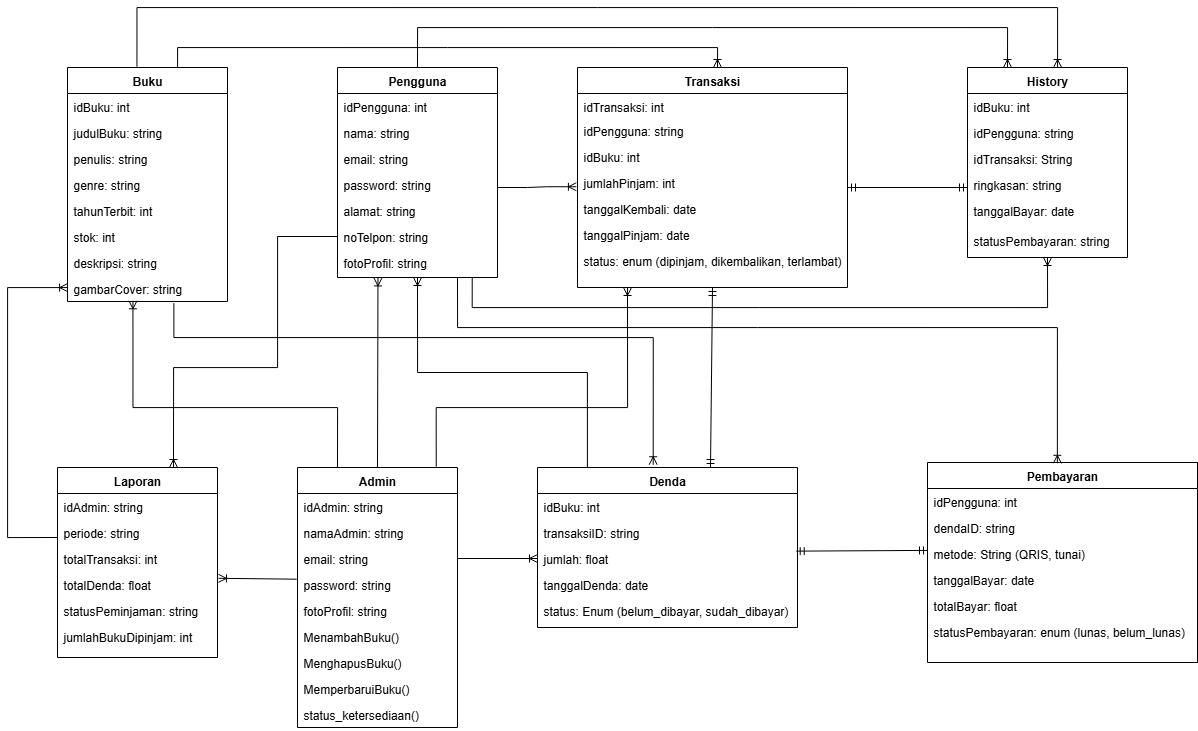
Before: assets/images/class_diagram.png, a diagram exported from draw.io (dekaaa115/Buku-in). Source tidied: cells renumbered, new cells last; positions are measured from the earlier drawing's top-left corner, leaving out a move shared by most shapes.
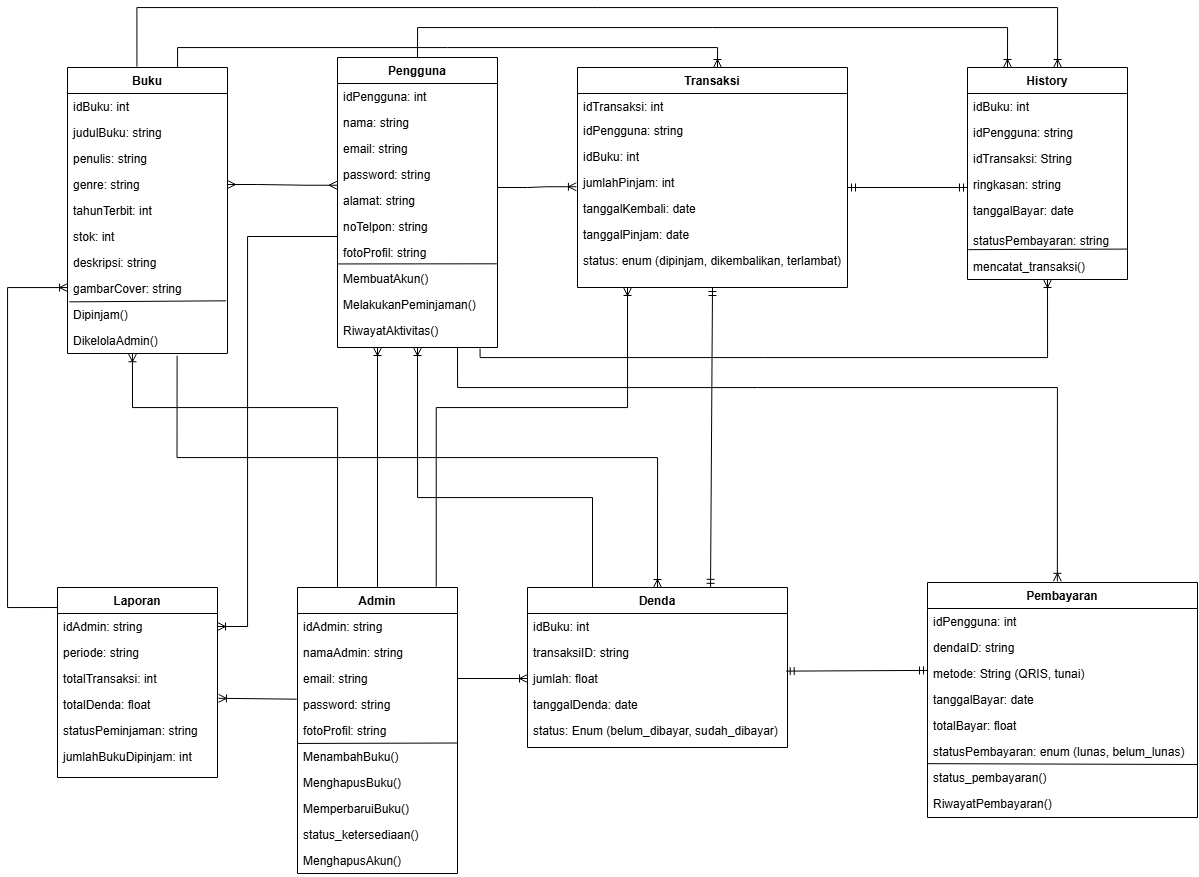
After the change.

The edit, as a diff of the source:
```diff
@@ -3,7 +3,7 @@
     <mxCell id="0" />
     <mxCell id="1" parent="0" />
     <mxCell id="2" value="Buku" style="swimlane;fontStyle=1;align=center;verticalAlign=top;horizontal=1;startSize=26;rounded=0;shadow=0;strokeWidth=1;" parent="1" vertex="1">
-      <mxGeometry x="60" y="60" width="160" height="234" as="geometry" />
+      <mxGeometry x="60" y="60" width="160" height="286" as="geometry" />
     </mxCell>
     <mxCell id="3" value="idBuku: int" style="text;align=left;verticalAlign=top;spacingLeft=4;spacingRight=4;overflow=hidden;" parent="2" vertex="1">
       <mxGeometry y="26" width="160" height="26" as="geometry" />
@@ -29,8 +29,17 @@
     <mxCell id="10" value="gambarCover: string" style="text;align=left;verticalAlign=top;spacingLeft=4;spacingRight=4;overflow=hidden;points=[[0,0.5],[1,0.5]];portConstraint=eastwest;rounded=0;shadow=0;html=0;" parent="2" vertex="1">
       <mxGeometry y="208" width="160" height="26" as="geometry" />
     </mxCell>
+    <mxCell id="82" value="Dipinjam()" style="text;align=left;verticalAlign=top;spacingLeft=4;spacingRight=4;overflow=hidden;rounded=0;shadow=0;html=0;" parent="2" vertex="1">
+      <mxGeometry y="234" width="160" height="26" as="geometry" />
+    </mxCell>
+    <mxCell id="83" value="DikelolaAdmin()" style="text;align=left;verticalAlign=top;spacingLeft=4;spacingRight=4;overflow=hidden;points=[[0,0.5],[1,0.5]];portConstraint=eastwest;rounded=0;shadow=0;html=0;" parent="2" vertex="1">
+      <mxGeometry y="260" width="160" height="26" as="geometry" />
+    </mxCell>
+    <mxCell id="84" style="endArrow=none;html=1;rounded=0;exitX=0.011;exitY=1.014;exitDx=0;exitDy=0;exitPerimeter=0;entryX=0.991;entryY=0.974;entryDx=0;entryDy=0;entryPerimeter=0;" parent="2" edge="1" source="10" target="10">
+      <mxGeometry relative="1" as="geometry" />
+    </mxCell>
     <mxCell id="11" value="Pengguna" style="swimlane;fontStyle=1;align=center;verticalAlign=top;horizontal=1;startSize=26;rounded=0;shadow=0;strokeWidth=1;" parent="1" vertex="1">
-      <mxGeometry x="330" y="60" width="160" height="210" as="geometry" />
+      <mxGeometry x="330" y="50" width="160" height="290" as="geometry" />
     </mxCell>
     <mxCell id="12" value="idPengguna: int" style="text;align=left;verticalAlign=top;spacingLeft=4;spacingRight=4;overflow=hidden;" parent="11" vertex="1">
       <mxGeometry y="26" width="160" height="26" as="geometry" />
@@ -53,8 +62,20 @@
     <mxCell id="18" value="fotoProfil: string" style="text;align=left;verticalAlign=top;spacingLeft=4;spacingRight=4;overflow=hidden;points=[[0,0.5],[1,0.5]];portConstraint=eastwest;rounded=0;shadow=0;html=0;" parent="11" vertex="1">
       <mxGeometry y="182" width="160" height="26" as="geometry" />
     </mxCell>
+    <mxCell id="85" value="MembuatAkun()" style="text;align=left;verticalAlign=top;spacingLeft=4;spacingRight=4;overflow=hidden;rounded=0;shadow=0;html=0;" parent="11" vertex="1">
+      <mxGeometry y="208" width="160" height="26" as="geometry" />
+    </mxCell>
+    <mxCell id="86" style="endArrow=none;html=1;rounded=0;entryX=0.996;entryY=0.935;entryDx=0;entryDy=0;entryPerimeter=0;exitX=0.004;exitY=0.94;exitDx=0;exitDy=0;exitPerimeter=0;" parent="11" edge="1" source="18" target="18">
+      <mxGeometry relative="1" as="geometry" />
+    </mxCell>
+    <mxCell id="87" value="MelakukanPeminjaman()" style="text;align=left;verticalAlign=top;spacingLeft=4;spacingRight=4;overflow=hidden;rounded=0;shadow=0;html=0;" parent="11" vertex="1">
+      <mxGeometry y="234" width="160" height="26" as="geometry" />
+    </mxCell>
+    <mxCell id="88" value="RiwayatAktivitas()" style="text;align=left;verticalAlign=top;spacingLeft=4;spacingRight=4;overflow=hidden;points=[[0,0.5],[1,0.5]];portConstraint=eastwest;rounded=0;shadow=0;html=0;" parent="11" vertex="1">
+      <mxGeometry y="260" width="160" height="26" as="geometry" />
+    </mxCell>
     <mxCell id="19" value="Admin" style="swimlane;fontStyle=1;align=center;verticalAlign=top;horizontal=1;startSize=26;rounded=0;shadow=0;strokeWidth=1;" parent="1" vertex="1">
-      <mxGeometry x="290" y="460" width="160" height="260" as="geometry" />
+      <mxGeometry x="290" y="580" width="160" height="286" as="geometry" />
     </mxCell>
     <mxCell id="20" value="idAdmin: string" style="text;align=left;verticalAlign=top;spacingLeft=4;spacingRight=4;overflow=hidden;" parent="19" vertex="1">
       <mxGeometry y="26" width="160" height="26" as="geometry" />
@@ -71,6 +92,12 @@
     <mxCell id="24" value="fotoProfil: string" style="text;align=left;verticalAlign=top;spacingLeft=4;spacingRight=4;overflow=hidden;" parent="19" vertex="1">
       <mxGeometry y="130" width="160" height="26" as="geometry" />
     </mxCell>
+    <mxCell id="89" style="endArrow=none;html=1;rounded=0;exitX=0;exitY=0.154;exitDx=0;exitDy=0;exitPerimeter=0;entryX=0.993;entryY=0.137;entryDx=0;entryDy=0;entryPerimeter=0;" parent="19" edge="1">
+      <mxGeometry relative="1" as="geometry">
+        <mxPoint x="0.6" y="156" as="sourcePoint" />
+        <mxPoint x="159.4" y="155.5" as="targetPoint" />
+      </mxGeometry>
+    </mxCell>
     <mxCell id="25" value="MenambahBuku()" style="text;align=left;verticalAlign=top;spacingLeft=4;spacingRight=4;overflow=hidden;" parent="19" vertex="1">
       <mxGeometry y="156" width="160" height="26" as="geometry" />
     </mxCell>
@@ -83,6 +110,9 @@
     <mxCell id="28" value="status_ketersediaan()" style="text;align=left;verticalAlign=top;spacingLeft=4;spacingRight=4;overflow=hidden;" parent="19" vertex="1">
       <mxGeometry y="234" width="160" height="26" as="geometry" />
     </mxCell>
+    <mxCell id="90" value="MenghapusAkun()" style="text;align=left;verticalAlign=top;spacingLeft=4;spacingRight=4;overflow=hidden;" parent="19" vertex="1">
+      <mxGeometry y="260" width="160" height="26" as="geometry" />
+    </mxCell>
     <mxCell id="29" value="Transaksi" style="swimlane;fontStyle=1;align=center;verticalAlign=top;horizontal=1;startSize=26;rounded=0;shadow=0;strokeWidth=1;" parent="1" vertex="1">
       <mxGeometry x="570" y="60" width="270" height="220" as="geometry" />
     </mxCell>
@@ -108,7 +138,7 @@
       <mxGeometry y="180" width="270" height="26" as="geometry" />
     </mxCell>
     <mxCell id="37" value="Pembayaran" style="swimlane;fontStyle=1;align=center;verticalAlign=top;horizontal=1;startSize=26;rounded=0;shadow=0;strokeWidth=1;" parent="1" vertex="1">
-      <mxGeometry x="920" y="455" width="270" height="200" as="geometry" />
+      <mxGeometry x="920" y="575" width="270" height="235" as="geometry" />
     </mxCell>
     <mxCell id="38" value="idPengguna: int" style="text;align=left;verticalAlign=top;spacingLeft=4;spacingRight=4;overflow=hidden;" parent="37" vertex="1">
       <mxGeometry y="26" width="270" height="26" as="geometry" />
@@ -128,8 +158,20 @@
     <mxCell id="43" value="statusPembayaran: enum (lunas, belum_lunas)" style="text;align=left;verticalAlign=top;spacingLeft=4;spacingRight=4;overflow=hidden;" parent="37" vertex="1">
       <mxGeometry y="156" width="270" height="26" as="geometry" />
     </mxCell>
+    <mxCell id="91" style="endArrow=none;html=1;rounded=0;entryX=0.998;entryY=1.173;entryDx=0;entryDy=0;entryPerimeter=0;exitX=0.001;exitY=0.141;exitDx=0;exitDy=0;exitPerimeter=0;" parent="37" edge="1">
+      <mxGeometry relative="1" as="geometry">
+        <mxPoint x="0.4" y="181.2" as="sourcePoint" />
+        <mxPoint x="269.6" y="182" as="targetPoint" />
+      </mxGeometry>
+    </mxCell>
+    <mxCell id="92" value="status_pembayaran()" style="text;align=left;verticalAlign=top;spacingLeft=4;spacingRight=4;overflow=hidden;" parent="37" vertex="1">
+      <mxGeometry y="182" width="270" height="26" as="geometry" />
+    </mxCell>
+    <mxCell id="93" value="RiwayatPembayaran()" style="text;align=left;verticalAlign=top;spacingLeft=4;spacingRight=4;overflow=hidden;" parent="37" vertex="1">
+      <mxGeometry y="208" width="270" height="26" as="geometry" />
+    </mxCell>
     <mxCell id="44" value="Denda" style="swimlane;fontStyle=1;align=center;verticalAlign=top;horizontal=1;startSize=26;rounded=0;shadow=0;strokeWidth=1;" parent="1" vertex="1">
-      <mxGeometry x="530" y="460" width="260" height="160" as="geometry" />
+      <mxGeometry x="520" y="580" width="260" height="160" as="geometry" />
     </mxCell>
     <mxCell id="45" value="idBuku: int" style="text;align=left;verticalAlign=top;spacingLeft=4;spacingRight=4;overflow=hidden;" parent="44" vertex="1">
       <mxGeometry y="26" width="260" height="26" as="geometry" />
@@ -147,7 +189,7 @@
       <mxGeometry y="130" width="260" height="26" as="geometry" />
     </mxCell>
     <mxCell id="50" value="History" style="swimlane;fontStyle=1;align=center;verticalAlign=top;horizontal=1;startSize=26;rounded=0;shadow=0;strokeWidth=1;" parent="1" vertex="1">
-      <mxGeometry x="960" y="60" width="160" height="190" as="geometry" />
+      <mxGeometry x="960" y="60" width="160" height="212" as="geometry" />
     </mxCell>
     <mxCell id="51" value="idBuku: int" style="text;align=left;verticalAlign=top;spacingLeft=4;spacingRight=4;overflow=hidden;" parent="50" vertex="1">
       <mxGeometry y="26" width="160" height="26" as="geometry" />
@@ -167,8 +209,14 @@
     <mxCell id="56" value="statusPembayaran: string" style="text;align=left;verticalAlign=top;spacingLeft=4;spacingRight=4;overflow=hidden;points=[[0,0.5],[1,0.5]];portConstraint=eastwest;fontStyle=0;" parent="50" vertex="1">
       <mxGeometry y="160" width="160" height="26" as="geometry" />
     </mxCell>
+    <mxCell id="94" value="mencatat_transaksi()" style="text;align=left;verticalAlign=top;spacingLeft=4;spacingRight=4;overflow=hidden;fontStyle=0;" parent="50" vertex="1">
+      <mxGeometry y="186" width="160" height="26" as="geometry" />
+    </mxCell>
+    <mxCell id="95" style="endArrow=none;html=1;rounded=0;entryX=0.998;entryY=0.83;entryDx=0;entryDy=0;entryPerimeter=0;exitX=0.005;exitY=0.852;exitDx=0;exitDy=0;exitPerimeter=0;" parent="50" edge="1" source="56" target="56">
+      <mxGeometry relative="1" as="geometry" />
+    </mxCell>
     <mxCell id="57" value="Laporan" style="swimlane;fontStyle=1;align=center;verticalAlign=top;horizontal=1;startSize=26;rounded=0;shadow=0;strokeWidth=1;" parent="1" vertex="1">
-      <mxGeometry x="50" y="460" width="160" height="190" as="geometry" />
+      <mxGeometry x="50" y="580" width="160" height="190" as="geometry" />
     </mxCell>
     <mxCell id="58" value="idAdmin: string" style="text;align=left;verticalAlign=top;spacingLeft=4;spacingRight=4;overflow=hidden;points=[[0,0.5],[1,0.5]];portConstraint=eastwest;" parent="57" vertex="1">
       <mxGeometry y="26" width="160" height="26" as="geometry" />
@@ -208,11 +256,11 @@
         <mxPoint x="960" y="180" as="targetPoint" />
       </mxGeometry>
     </mxCell>
-    <mxCell id="67" style="edgeStyle=orthogonalEdgeStyle;fontSize=12;html=1;endArrow=ERoneToMany;rounded=0;entryX=0.5;entryY=1;entryDx=0;entryDy=0;exitX=0.842;exitY=1.077;exitDx=0;exitDy=0;exitPerimeter=0;" parent="1" edge="1" source="18" target="50">
+    <mxCell id="67" style="edgeStyle=orthogonalEdgeStyle;fontSize=12;html=1;endArrow=ERoneToMany;rounded=0;entryX=0.5;entryY=1;entryDx=0;entryDy=0;exitX=0.891;exitY=1.195;exitDx=0;exitDy=0;exitPerimeter=0;" parent="1" edge="1" source="88" target="50">
       <mxGeometry relative="1" as="geometry">
         <Array as="points">
-          <mxPoint x="465" y="300" />
-          <mxPoint x="1040" y="300" />
+          <mxPoint x="473" y="350" />
+          <mxPoint x="1040" y="350" />
         </Array>
       </mxGeometry>
     </mxCell>
@@ -224,24 +272,22 @@
         </Array>
       </mxGeometry>
     </mxCell>
-    <mxCell id="69" style="edgeStyle=orthogonalEdgeStyle;fontSize=12;html=1;endArrow=ERoneToMany;rounded=0;entryX=0.445;entryY=-0.017;entryDx=0;entryDy=0;entryPerimeter=0;exitX=0.665;exitY=1.062;exitDx=0;exitDy=0;exitPerimeter=0;" parent="1" edge="1" source="10" target="44">
+    <mxCell id="69" style="edgeStyle=orthogonalEdgeStyle;fontSize=12;html=1;endArrow=ERoneToMany;rounded=0;entryX=0.5;entryY=0;entryDx=0;entryDy=0;exitX=0.685;exitY=1.086;exitDx=0;exitDy=0;exitPerimeter=0;" parent="1" edge="1" source="83" target="44">
       <mxGeometry relative="1" as="geometry">
         <Array as="points">
-          <mxPoint x="166" y="330" />
-          <mxPoint x="646" y="330" />
+          <mxPoint x="170" y="450" />
+          <mxPoint x="650" y="450" />
         </Array>
       </mxGeometry>
     </mxCell>
-    <mxCell id="70" style="fontSize=12;html=1;endArrow=ERmandOne;startArrow=ERmandOne;rounded=0;entryX=0.5;entryY=1;entryDx=0;entryDy=0;" parent="1" edge="1" target="29">
-      <mxGeometry relative="1" as="geometry">
-        <mxPoint x="703" y="460" as="sourcePoint" />
-      </mxGeometry>
+    <mxCell id="70" style="fontSize=12;html=1;endArrow=ERmandOne;startArrow=ERmandOne;rounded=0;entryX=0.5;entryY=1;entryDx=0;entryDy=0;exitX=0.704;exitY=-0.001;exitDx=0;exitDy=0;exitPerimeter=0;" parent="1" edge="1" source="44" target="29">
+      <mxGeometry relative="1" as="geometry" />
     </mxCell>
-    <mxCell id="71" style="edgeStyle=orthogonalEdgeStyle;fontSize=12;html=1;endArrow=ERoneToMany;rounded=0;exitX=0.75;exitY=1;exitDx=0;exitDy=0;entryX=0.481;entryY=0.004;entryDx=0;entryDy=0;entryPerimeter=0;" parent="1" edge="1" source="11" target="37">
+    <mxCell id="71" style="edgeStyle=orthogonalEdgeStyle;fontSize=12;html=1;endArrow=ERoneToMany;rounded=0;exitX=0.75;exitY=1;exitDx=0;exitDy=0;entryX=0.481;entryY=-0.005;entryDx=0;entryDy=0;entryPerimeter=0;" parent="1" edge="1" source="11" target="37">
       <mxGeometry relative="1" as="geometry">
         <Array as="points">
-          <mxPoint x="450" y="320" />
-          <mxPoint x="1050" y="320" />
+          <mxPoint x="450" y="380" />
+          <mxPoint x="1050" y="380" />
         </Array>
       </mxGeometry>
     </mxCell>
@@ -253,9 +299,10 @@
     </mxCell>
     <mxCell id="74" style="edgeStyle=orthogonalEdgeStyle;fontSize=12;html=1;endArrow=ERoneToMany;rounded=0;entryX=0;entryY=0.5;entryDx=0;entryDy=0;" parent="1" edge="1" target="10">
       <mxGeometry relative="1" as="geometry">
-        <mxPoint x="50" y="530" as="sourcePoint" />
+        <mxPoint x="50" y="600" as="sourcePoint" />
         <Array as="points">
-          <mxPoint y="530" />
+          <mxPoint x="50" y="600" />
+          <mxPoint y="600" />
           <mxPoint y="280" />
           <mxPoint x="60" y="280" />
         </Array>
@@ -264,7 +311,7 @@
     <mxCell id="75" style="fontSize=12;html=1;endArrow=ERoneToMany;rounded=0;entryX=0;entryY=0.5;entryDx=0;entryDy=0;exitX=1;exitY=0.5;exitDx=0;exitDy=0;" parent="1" edge="1" source="22" target="47">
       <mxGeometry relative="1" as="geometry" />
     </mxCell>
-    <mxCell id="76" style="edgeStyle=orthogonalEdgeStyle;fontSize=12;html=1;endArrow=ERoneToMany;rounded=0;entryX=0.409;entryY=0.973;entryDx=0;entryDy=0;entryPerimeter=0;exitX=0.25;exitY=0;exitDx=0;exitDy=0;" parent="1" edge="1" source="19" target="10">
+    <mxCell id="76" style="edgeStyle=orthogonalEdgeStyle;fontSize=12;html=1;endArrow=ERoneToMany;rounded=0;exitX=0.25;exitY=0;exitDx=0;exitDy=0;entryX=0.406;entryY=1.01;entryDx=0;entryDy=0;entryPerimeter=0;" parent="1" edge="1" source="19" target="83">
       <mxGeometry relative="1" as="geometry">
         <Array as="points">
           <mxPoint x="330" y="400" />
@@ -272,6 +319,18 @@
         </Array>
       </mxGeometry>
     </mxCell>
+    <mxCell id="96" style="edgeStyle=entityRelationEdgeStyle;fontSize=12;html=1;endArrow=ERmany;startArrow=ERmany;rounded=0;entryX=-0.003;entryY=0.913;entryDx=0;entryDy=0;exitX=1;exitY=0.5;exitDx=0;exitDy=0;entryPerimeter=0;" parent="1" edge="1" source="6" target="15">
+      <mxGeometry relative="1" as="geometry" />
+    </mxCell>
+    <mxCell id="78" style="edgeStyle=orthogonalEdgeStyle;fontSize=12;html=1;endArrow=ERoneToMany;rounded=0;exitX=0;exitY=0.5;exitDx=0;exitDy=0;entryX=1;entryY=0.5;entryDx=0;entryDy=0;" parent="1" edge="1" source="17" target="58">
+      <mxGeometry relative="1" as="geometry">
+        <Array as="points">
+          <mxPoint x="330" y="229" />
+          <mxPoint x="240" y="229" />
+          <mxPoint x="240" y="619" />
+        </Array>
+      </mxGeometry>
+    </mxCell>
     <mxCell id="77" style="edgeStyle=orthogonalEdgeStyle;fontSize=12;html=1;endArrow=ERoneToMany;rounded=0;exitX=0.867;exitY=-0.003;exitDx=0;exitDy=0;exitPerimeter=0;" parent="1" edge="1" source="19">
       <mxGeometry relative="1" as="geometry">
         <mxPoint x="620" y="280" as="targetPoint" />
@@ -281,16 +340,7 @@
         </Array>
       </mxGeometry>
     </mxCell>
-    <mxCell id="78" style="edgeStyle=orthogonalEdgeStyle;fontSize=12;html=1;endArrow=ERoneToMany;rounded=0;exitX=0;exitY=0.5;exitDx=0;exitDy=0;entryX=0.725;entryY=0;entryDx=0;entryDy=0;entryPerimeter=0;" parent="1" edge="1" source="17" target="57">
-      <mxGeometry relative="1" as="geometry">
-        <Array as="points">
-          <mxPoint x="270" y="229" />
-          <mxPoint x="270" y="360" />
-          <mxPoint x="166" y="360" />
-        </Array>
-      </mxGeometry>
-    </mxCell>
-    <mxCell id="79" style="fontSize=12;html=1;endArrow=ERoneToMany;rounded=0;entryX=0.253;entryY=1.094;entryDx=0;entryDy=0;entryPerimeter=0;exitX=0.5;exitY=0;exitDx=0;exitDy=0;" parent="1" edge="1" source="19" target="18">
+    <mxCell id="79" style="fontSize=12;html=1;endArrow=ERoneToMany;rounded=0;exitX=0.5;exitY=0;exitDx=0;exitDy=0;entryX=0.25;entryY=1;entryDx=0;entryDy=0;" parent="1" edge="1" source="19" target="11">
       <mxGeometry relative="1" as="geometry" />
     </mxCell>
     <mxCell id="80" style="edgeStyle=orthogonalEdgeStyle;fontSize=12;html=1;endArrow=ERoneToMany;rounded=0;entryX=0.25;entryY=0;entryDx=0;entryDy=0;exitX=0.5;exitY=0;exitDx=0;exitDy=0;" parent="1" edge="1" source="11" target="50">
@@ -301,8 +351,13 @@
         </Array>
       </mxGeometry>
     </mxCell>
-    <mxCell id="81" style="edgeStyle=orthogonalEdgeStyle;fontSize=12;html=1;endArrow=ERoneToMany;rounded=0;entryX=0.5;entryY=1;entryDx=0;entryDy=0;exitX=0.192;exitY=0;exitDx=0;exitDy=0;exitPerimeter=0;" parent="1" edge="1" source="44" target="11">
-      <mxGeometry relative="1" as="geometry" />
+    <mxCell id="81" style="edgeStyle=orthogonalEdgeStyle;fontSize=12;html=1;endArrow=ERoneToMany;rounded=0;entryX=0.5;entryY=1;entryDx=0;entryDy=0;exitX=0.25;exitY=0;exitDx=0;exitDy=0;" parent="1" edge="1" source="44" target="11">
+      <mxGeometry relative="1" as="geometry">
+        <Array as="points">
+          <mxPoint x="585" y="490" />
+          <mxPoint x="410" y="490" />
+        </Array>
+      </mxGeometry>
     </mxCell>
   </root>
 </mxGraphModel>
```
